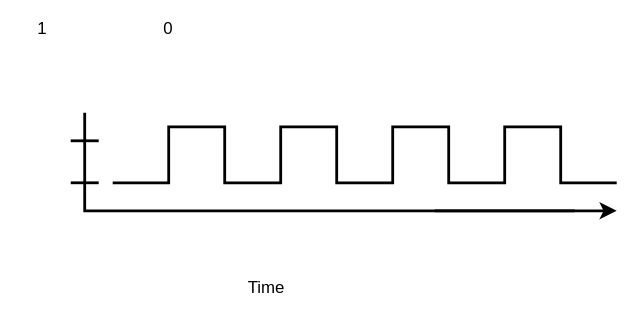
This is oscillator.drawio.svg from Shadient/Diagrams, a draw.io export, as it was before one commit. Source tidied: cells renumbered, new cells last; positions are measured from the earlier drawing's top-left corner, leaving out a move shared by most shapes. The source it was exported from:
```xml
<mxGraphModel>
  <root>
    <mxCell id="0" />
    <mxCell id="1" parent="0" />
    <mxCell id="2" style="endArrow=none;html=1;rounded=0;strokeWidth=2;" parent="1" edge="1">
      <mxGeometry relative="1" as="geometry">
        <mxPoint x="80" y="130" as="sourcePoint" />
        <mxPoint x="440" y="130" as="targetPoint" />
        <Array as="points">
          <mxPoint x="120" y="130" />
          <mxPoint x="120" y="90" />
          <mxPoint x="160" y="90" />
          <mxPoint x="160" y="130" />
          <mxPoint x="200" y="130" />
          <mxPoint x="200" y="90" />
          <mxPoint x="240" y="90" />
          <mxPoint x="240" y="130" />
          <mxPoint x="280" y="130" />
          <mxPoint x="280" y="90" />
          <mxPoint x="320" y="90" />
          <mxPoint x="320" y="130" />
          <mxPoint x="360" y="130" />
          <mxPoint x="360" y="90" />
          <mxPoint x="400" y="90" />
          <mxPoint x="400" y="130" />
        </Array>
      </mxGeometry>
    </mxCell>
    <mxCell id="3" style="endArrow=none;html=1;rounded=0;endSize=6;strokeColor=default;strokeWidth=2;" parent="1" edge="1">
      <mxGeometry relative="1" as="geometry">
        <mxPoint x="50" y="130" as="sourcePoint" />
        <mxPoint x="70" y="130" as="targetPoint" />
      </mxGeometry>
    </mxCell>
    <mxCell id="4" style="endArrow=none;html=1;rounded=0;endSize=6;strokeColor=default;strokeWidth=2;targetPerimeterSpacing=0;" parent="1" edge="1">
      <mxGeometry relative="1" as="geometry">
        <mxPoint x="50" y="100" as="sourcePoint" />
        <mxPoint x="70" y="100" as="targetPoint" />
      </mxGeometry>
    </mxCell>
    <mxCell id="5" style="endArrow=none;html=1;rounded=0;strokeWidth=2;" parent="1" edge="1">
      <mxGeometry relative="1" as="geometry">
        <mxPoint x="410" y="150" as="sourcePoint" />
        <mxPoint x="60" y="80" as="targetPoint" />
        <Array as="points">
          <mxPoint x="60" y="150" />
        </Array>
      </mxGeometry>
    </mxCell>
    <mxCell id="6" style="endArrow=classic;html=1;rounded=0;strokeWidth=2;" parent="1" edge="1">
      <mxGeometry relative="1" as="geometry">
        <mxPoint x="310" y="150" as="sourcePoint" />
        <mxPoint x="440" y="150" as="targetPoint" />
      </mxGeometry>
    </mxCell>
    <mxCell id="7" value="1" style="text;html=1;strokeColor=none;fillColor=none;align=center;verticalAlign=middle;whiteSpace=wrap;rounded=0;" parent="1" vertex="1">
      <mxGeometry width="60" height="40" as="geometry" />
    </mxCell>
    <mxCell id="8" value="0" style="text;html=1;strokeColor=none;fillColor=none;align=center;verticalAlign=middle;whiteSpace=wrap;rounded=0;" parent="1" vertex="1">
      <mxGeometry x="90" width="60" height="40" as="geometry" />
    </mxCell>
    <mxCell id="9" value="Time" style="text;html=1;strokeColor=none;fillColor=none;align=center;verticalAlign=middle;whiteSpace=wrap;rounded=0;" parent="1" vertex="1">
      <mxGeometry x="160" y="190" width="60" height="30" as="geometry" />
    </mxCell>
  </root>
</mxGraphModel>
```
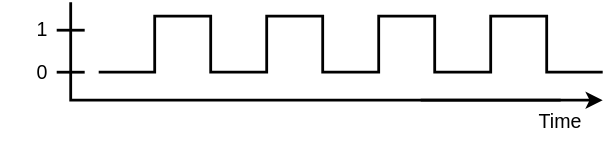
Above is the later version.

What changed in the source:
```diff
@@ -53,14 +53,14 @@
         <mxPoint x="440" y="150" as="targetPoint" />
       </mxGeometry>
     </mxCell>
-    <mxCell id="7" value="1" style="text;html=1;strokeColor=none;fillColor=none;align=center;verticalAlign=middle;whiteSpace=wrap;rounded=0;" parent="1" vertex="1">
-      <mxGeometry width="60" height="40" as="geometry" />
+    <mxCell id="7" value="&lt;font style=&quot;font-size: 14px;&quot;&gt;1&lt;/font&gt;" style="text;html=1;strokeColor=none;fillColor=none;align=center;verticalAlign=middle;whiteSpace=wrap;rounded=0;" parent="1" vertex="1">
+      <mxGeometry x="10" y="80" width="60" height="40" as="geometry" />
     </mxCell>
-    <mxCell id="8" value="0" style="text;html=1;strokeColor=none;fillColor=none;align=center;verticalAlign=middle;whiteSpace=wrap;rounded=0;" parent="1" vertex="1">
-      <mxGeometry x="90" width="60" height="40" as="geometry" />
+    <mxCell id="8" value="&lt;font style=&quot;font-size: 14px;&quot;&gt;0&lt;/font&gt;" style="text;html=1;strokeColor=none;fillColor=none;align=center;verticalAlign=middle;whiteSpace=wrap;rounded=0;" parent="1" vertex="1">
+      <mxGeometry x="10" y="110" width="60" height="40" as="geometry" />
     </mxCell>
-    <mxCell id="9" value="Time" style="text;html=1;strokeColor=none;fillColor=none;align=center;verticalAlign=middle;whiteSpace=wrap;rounded=0;" parent="1" vertex="1">
-      <mxGeometry x="160" y="190" width="60" height="30" as="geometry" />
+    <mxCell id="9" value="&lt;font style=&quot;font-size: 14px;&quot;&gt;Time&lt;/font&gt;" style="text;html=1;strokeColor=none;fillColor=none;align=center;verticalAlign=middle;whiteSpace=wrap;rounded=0;" parent="1" vertex="1">
+      <mxGeometry x="380" y="150" width="60" height="30" as="geometry" />
     </mxCell>
   </root>
 </mxGraphModel>
```
